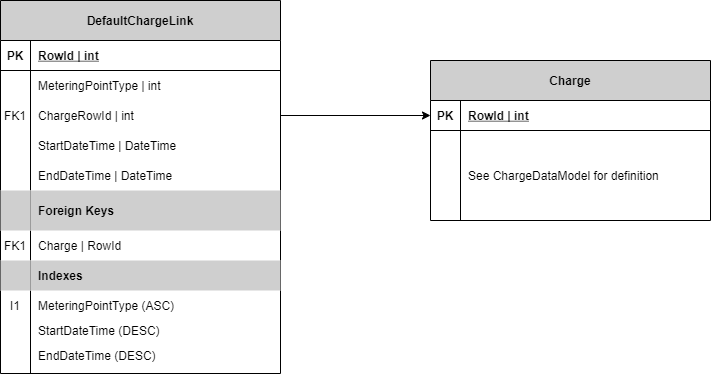
Energinet-DataHub/ARCHIVED-geh-charges keeps this draw.io diagram as docs/data-models/DefaultChargeLinkDataModel.png. Above is the earlier version. Source tidied: cells renumbered, new cells last; positions are measured from the earlier drawing's top-left corner, leaving out a move shared by most shapes.
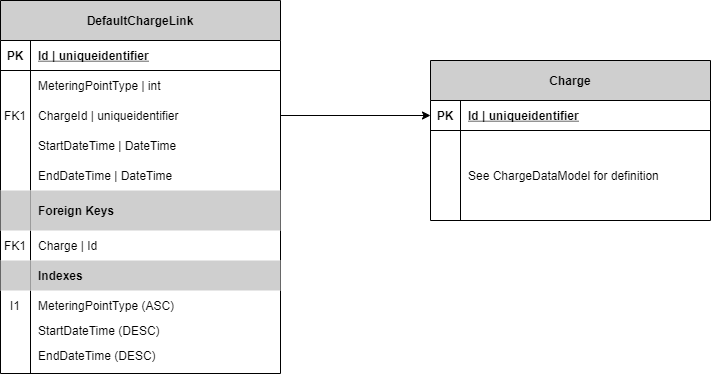
The same file after the commit.

Commit message:
Removed rowIds and changed int to uniqueidentifier

Change to the diagram source:
```diff
@@ -11,7 +11,7 @@
     <mxCell id="4" value="PK" style="shape=partialRectangle;fillColor=none;top=0;left=0;bottom=0;right=0;fontStyle=1;overflow=hidden;" parent="3" vertex="1">
       <mxGeometry width="30" height="30" as="geometry" />
     </mxCell>
-    <mxCell id="5" value="RowId | int" style="shape=partialRectangle;fillColor=none;top=0;left=0;bottom=0;right=0;align=left;spacingLeft=6;fontStyle=5;overflow=hidden;" parent="3" vertex="1">
+    <mxCell id="5" value="Id | uniqueidentifier" style="shape=partialRectangle;fillColor=none;top=0;left=0;bottom=0;right=0;align=left;spacingLeft=6;fontStyle=5;overflow=hidden;" parent="3" vertex="1">
       <mxGeometry x="30" width="250" height="30" as="geometry" />
     </mxCell>
     <mxCell id="6" style="shape=partialRectangle;fillColor=none;top=0;left=0;bottom=0;right=0;" parent="2" vertex="1">
@@ -29,7 +29,7 @@
     <mxCell id="10" value="FK1" style="shape=partialRectangle;fillColor=none;top=0;left=0;bottom=0;right=0;overflow=hidden;" parent="9" vertex="1">
       <mxGeometry width="30" height="30" as="geometry" />
     </mxCell>
-    <mxCell id="11" value="ChargeRowId | int" style="shape=partialRectangle;fillColor=none;top=0;left=0;bottom=0;right=0;align=left;spacingLeft=6;overflow=hidden;" parent="9" vertex="1">
+    <mxCell id="11" value="ChargeId | uniqueidentifier" style="shape=partialRectangle;fillColor=none;top=0;left=0;bottom=0;right=0;align=left;spacingLeft=6;overflow=hidden;" parent="9" vertex="1">
       <mxGeometry x="30" width="250" height="30" as="geometry" />
     </mxCell>
     <mxCell id="12" style="shape=partialRectangle;fillColor=none;top=0;left=0;bottom=0;right=0;" parent="2" vertex="1">
@@ -65,7 +65,7 @@
     <mxCell id="22" value="FK1" style="shape=partialRectangle;fillColor=none;top=0;left=0;bottom=0;right=0;overflow=hidden;" parent="21" vertex="1">
       <mxGeometry width="30" height="30" as="geometry" />
     </mxCell>
-    <mxCell id="23" value="Charge | RowId" style="shape=partialRectangle;fillColor=none;top=0;left=0;bottom=0;right=0;align=left;spacingLeft=6;overflow=hidden;" parent="21" vertex="1">
+    <mxCell id="23" value="Charge | Id" style="shape=partialRectangle;fillColor=none;top=0;left=0;bottom=0;right=0;align=left;spacingLeft=6;overflow=hidden;" parent="21" vertex="1">
       <mxGeometry x="30" width="250" height="30" as="geometry" />
     </mxCell>
     <mxCell id="24" style="shape=partialRectangle;fillColor=none;top=0;left=0;bottom=0;right=0;" parent="2" vertex="1">
@@ -113,7 +113,7 @@
     <mxCell id="38" value="PK" style="shape=partialRectangle;fillColor=none;top=0;left=0;bottom=0;right=0;fontStyle=1;overflow=hidden;" parent="37" vertex="1">
       <mxGeometry width="30" height="30" as="geometry" />
     </mxCell>
-    <mxCell id="39" value="RowId | int" style="shape=partialRectangle;fillColor=none;top=0;left=0;bottom=0;right=0;align=left;spacingLeft=6;fontStyle=5;overflow=hidden;" parent="37" vertex="1">
+    <mxCell id="39" value="Id | uniqueidentifier" style="shape=partialRectangle;fillColor=none;top=0;left=0;bottom=0;right=0;align=left;spacingLeft=6;fontStyle=5;overflow=hidden;" parent="37" vertex="1">
       <mxGeometry x="30" width="250" height="30" as="geometry" />
     </mxCell>
     <mxCell id="40" style="shape=partialRectangle;fillColor=none;top=0;left=0;bottom=0;right=0;" parent="36" vertex="1">
```
